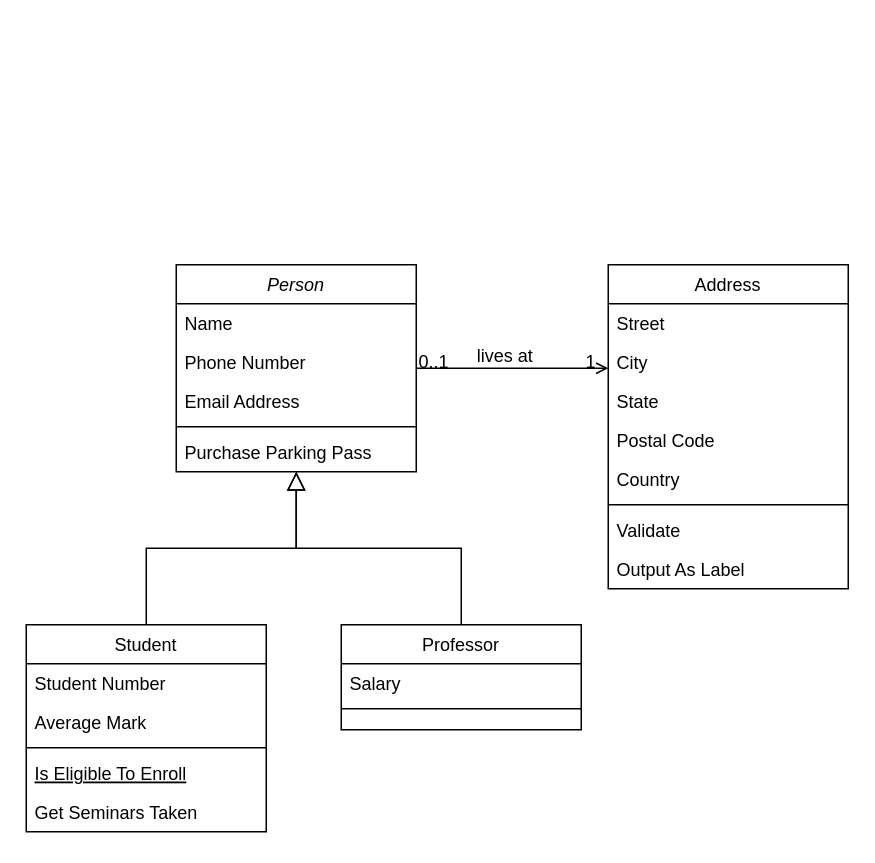
The draw.io diagram Diagrama sin título.drawio in tereresaedo/SoftwareDevelopment, before the edit. Source tidied: cells renumbered, new cells numbered last; positions are measured from the earlier drawing's top-left corner, leaving out a move shared by most shapes. Both pictures are drawn from the tidied source at 150%, with x=0, y=0 at pixel (26, 264).
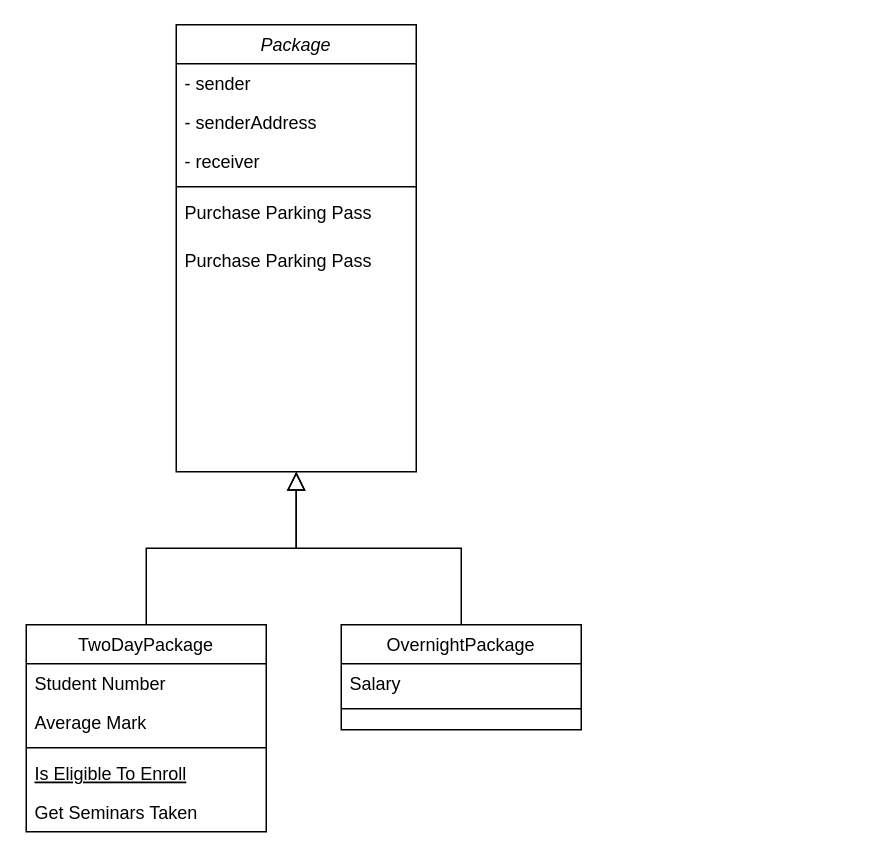
After the change.

The edit, as a diff of the source:
```diff
@@
-    <mxCell id="2" value="Person" style="swimlane;fontStyle=2;align=center;verticalAlign=top;horizontal=1;startSize=26;rounded=0;shadow=0;strokeWidth=1;" parent="1" vertex="1">
-      <mxGeometry x="100" width="160" height="138" as="geometry" />
+    <mxCell id="2" value="Package" style="swimlane;fontStyle=2;align=center;verticalAlign=top;horizontal=1;startSize=26;rounded=0;shadow=0;strokeWidth=1;labelBackgroundColor=none;" parent="1" vertex="1">
+      <mxGeometry x="100" y="-160" width="160" height="298" as="geometry" />
     </mxCell>
-    <mxCell id="3" value="Name" style="text;align=left;verticalAlign=top;spacingLeft=4;spacingRight=4;overflow=hidden;" parent="2" vertex="1">
+    <mxCell id="3" value="- sender" style="text;align=left;verticalAlign=top;spacingLeft=4;spacingRight=4;overflow=hidden;labelBackgroundColor=none;" parent="2" vertex="1">
       <mxGeometry y="26" width="160" height="26" as="geometry" />
     </mxCell>
-    <mxCell id="4" value="Phone Number" style="text;align=left;verticalAlign=top;spacingLeft=4;spacingRight=4;overflow=hidden;rounded=0;shadow=0;html=0;" parent="2" vertex="1">
+    <mxCell id="4" value="- senderAddress" style="text;align=left;verticalAlign=top;spacingLeft=4;spacingRight=4;overflow=hidden;rounded=0;shadow=0;html=0;labelBackgroundColor=none;" parent="2" vertex="1">
       <mxGeometry y="52" width="160" height="26" as="geometry" />
     </mxCell>
-    <mxCell id="5" value="Email Address" style="text;align=left;verticalAlign=top;spacingLeft=4;spacingRight=4;overflow=hidden;rounded=0;shadow=0;html=0;" parent="2" vertex="1">
+    <mxCell id="5" value="- receiver" style="text;align=left;verticalAlign=top;spacingLeft=4;spacingRight=4;overflow=hidden;rounded=0;shadow=0;html=0;labelBackgroundColor=none;" parent="2" vertex="1">
       <mxGeometry y="78" width="160" height="26" as="geometry" />
     </mxCell>
-    <mxCell id="6" style="line;html=1;strokeWidth=1;align=left;verticalAlign=middle;spacingTop=-1;spacingLeft=3;spacingRight=3;labelPosition=right;" parent="2" vertex="1">
+    <mxCell id="6" style="line;html=1;strokeWidth=1;align=left;verticalAlign=middle;spacingTop=-1;spacingLeft=3;spacingRight=3;labelPosition=right;labelBackgroundColor=none;" parent="2" vertex="1">
       <mxGeometry y="104" width="160" height="8" as="geometry" />
     </mxCell>
+    <mxCell id="32" value="Purchase Parking Pass" style="text;align=left;verticalAlign=top;spacingLeft=4;spacingRight=4;overflow=hidden;labelBackgroundColor=none;" parent="2" vertex="1">
+      <mxGeometry y="112" width="160" height="32" as="geometry" />
+    </mxCell>
-    <mxCell id="7" value="Purchase Parking Pass" style="text;align=left;verticalAlign=top;spacingLeft=4;spacingRight=4;overflow=hidden;" parent="2" vertex="1">
-      <mxGeometry y="112" width="160" height="26" as="geometry" />
+    <mxCell id="7" value="Purchase Parking Pass" style="text;align=left;verticalAlign=top;spacingLeft=4;spacingRight=4;overflow=hidden;labelBackgroundColor=none;" parent="2" vertex="1">
+      <mxGeometry y="144" width="160" height="32" as="geometry" />
     </mxCell>
-    <mxCell id="8" value="Student" style="swimlane;fontStyle=0;align=center;verticalAlign=top;horizontal=1;startSize=26;rounded=0;shadow=0;strokeWidth=1;" parent="1" vertex="1">
+    <mxCell id="8" value="TwoDayPackage" style="swimlane;fontStyle=0;align=center;verticalAlign=top;horizontal=1;startSize=26;rounded=0;shadow=0;strokeWidth=1;labelBackgroundColor=none;" parent="1" vertex="1">
       <mxGeometry y="240" width="160" height="138" as="geometry" />
     </mxCell>
-    <mxCell id="9" value="Student Number" style="text;align=left;verticalAlign=top;spacingLeft=4;spacingRight=4;overflow=hidden;" parent="8" vertex="1">
+    <mxCell id="9" value="Student Number" style="text;align=left;verticalAlign=top;spacingLeft=4;spacingRight=4;overflow=hidden;labelBackgroundColor=none;" parent="8" vertex="1">
       <mxGeometry y="26" width="160" height="26" as="geometry" />
     </mxCell>
-    <mxCell id="10" value="Average Mark" style="text;align=left;verticalAlign=top;spacingLeft=4;spacingRight=4;overflow=hidden;rounded=0;shadow=0;html=0;" parent="8" vertex="1">
+    <mxCell id="10" value="Average Mark" style="text;align=left;verticalAlign=top;spacingLeft=4;spacingRight=4;overflow=hidden;rounded=0;shadow=0;html=0;labelBackgroundColor=none;" parent="8" vertex="1">
       <mxGeometry y="52" width="160" height="26" as="geometry" />
     </mxCell>
-    <mxCell id="11" style="line;html=1;strokeWidth=1;align=left;verticalAlign=middle;spacingTop=-1;spacingLeft=3;spacingRight=3;labelPosition=right;" parent="8" vertex="1">
+    <mxCell id="11" style="line;html=1;strokeWidth=1;align=left;verticalAlign=middle;spacingTop=-1;spacingLeft=3;spacingRight=3;labelPosition=right;labelBackgroundColor=none;" parent="8" vertex="1">
       <mxGeometry y="78" width="160" height="8" as="geometry" />
     </mxCell>
-    <mxCell id="12" value="Is Eligible To Enroll" style="text;align=left;verticalAlign=top;spacingLeft=4;spacingRight=4;overflow=hidden;fontStyle=4;" parent="8" vertex="1">
+    <mxCell id="12" value="Is Eligible To Enroll" style="text;align=left;verticalAlign=top;spacingLeft=4;spacingRight=4;overflow=hidden;fontStyle=4;labelBackgroundColor=none;" parent="8" vertex="1">
       <mxGeometry y="86" width="160" height="26" as="geometry" />
     </mxCell>
-    <mxCell id="13" value="Get Seminars Taken" style="text;align=left;verticalAlign=top;spacingLeft=4;spacingRight=4;overflow=hidden;" parent="8" vertex="1">
+    <mxCell id="13" value="Get Seminars Taken" style="text;align=left;verticalAlign=top;spacingLeft=4;spacingRight=4;overflow=hidden;labelBackgroundColor=none;" parent="8" vertex="1">
       <mxGeometry y="112" width="160" height="26" as="geometry" />
     </mxCell>
-    <mxCell id="14" style="endArrow=block;endSize=10;endFill=0;shadow=0;strokeWidth=1;rounded=0;curved=0;edgeStyle=elbowEdgeStyle;elbow=vertical;" parent="1" edge="1" source="8" target="2">
+    <mxCell id="14" style="endArrow=block;endSize=10;endFill=0;shadow=0;strokeWidth=1;rounded=0;curved=0;edgeStyle=elbowEdgeStyle;elbow=vertical;labelBackgroundColor=none;fontColor=default;" parent="1" edge="1" source="8" target="2">
       <mxGeometry relative="1" as="geometry" />
     </mxCell>
-    <mxCell id="15" value="Professor" style="swimlane;fontStyle=0;align=center;verticalAlign=top;horizontal=1;startSize=26;rounded=0;shadow=0;strokeWidth=1;" parent="1" vertex="1">
+    <mxCell id="15" value="OvernightPackage" style="swimlane;fontStyle=0;align=center;verticalAlign=top;horizontal=1;startSize=26;rounded=0;shadow=0;strokeWidth=1;labelBackgroundColor=none;" parent="1" vertex="1">
       <mxGeometry x="210" y="240" width="160" height="70" as="geometry" />
     </mxCell>
-    <mxCell id="16" value="Salary" style="text;align=left;verticalAlign=top;spacingLeft=4;spacingRight=4;overflow=hidden;" parent="15" vertex="1">
+    <mxCell id="16" value="Salary" style="text;align=left;verticalAlign=top;spacingLeft=4;spacingRight=4;overflow=hidden;labelBackgroundColor=none;" parent="15" vertex="1">
       <mxGeometry y="26" width="160" height="26" as="geometry" />
     </mxCell>
-    <mxCell id="17" style="line;html=1;strokeWidth=1;align=left;verticalAlign=middle;spacingTop=-1;spacingLeft=3;spacingRight=3;labelPosition=right;" parent="15" vertex="1">
+    <mxCell id="17" style="line;html=1;strokeWidth=1;align=left;verticalAlign=middle;spacingTop=-1;spacingLeft=3;spacingRight=3;labelPosition=right;labelBackgroundColor=none;" parent="15" vertex="1">
       <mxGeometry y="52" width="160" height="8" as="geometry" />
     </mxCell>
-    <mxCell id="18" style="endArrow=block;endSize=10;endFill=0;shadow=0;strokeWidth=1;rounded=0;curved=0;edgeStyle=elbowEdgeStyle;elbow=vertical;" parent="1" edge="1" source="15" target="2">
+    <mxCell id="18" style="endArrow=block;endSize=10;endFill=0;shadow=0;strokeWidth=1;rounded=0;curved=0;edgeStyle=elbowEdgeStyle;elbow=vertical;labelBackgroundColor=none;fontColor=default;" parent="1" edge="1" source="15" target="2">
       <mxGeometry relative="1" as="geometry" />
     </mxCell>
-    <mxCell id="19" value="Address" style="swimlane;fontStyle=0;align=center;verticalAlign=top;horizontal=1;startSize=26;rounded=0;shadow=0;strokeWidth=1;" parent="1" vertex="1">
-      <mxGeometry x="388" width="160" height="216" as="geometry" />
-    </mxCell>
-    <mxCell id="20" value="Street" style="text;align=left;verticalAlign=top;spacingLeft=4;spacingRight=4;overflow=hidden;" parent="19" vertex="1">
-      <mxGeometry y="26" width="160" height="26" as="geometry" />
-    </mxCell>
-    <mxCell id="21" value="City" style="text;align=left;verticalAlign=top;spacingLeft=4;spacingRight=4;overflow=hidden;rounded=0;shadow=0;html=0;" parent="19" vertex="1">
-      <mxGeometry y="52" width="160" height="26" as="geometry" />
-    </mxCell>
-    <mxCell id="22" value="State" style="text;align=left;verticalAlign=top;spacingLeft=4;spacingRight=4;overflow=hidden;rounded=0;shadow=0;html=0;" parent="19" vertex="1">
-      <mxGeometry y="78" width="160" height="26" as="geometry" />
-    </mxCell>
-    <mxCell id="23" value="Postal Code" style="text;align=left;verticalAlign=top;spacingLeft=4;spacingRight=4;overflow=hidden;rounded=0;shadow=0;html=0;" parent="19" vertex="1">
-      <mxGeometry y="104" width="160" height="26" as="geometry" />
-    </mxCell>
-    <mxCell id="24" value="Country" style="text;align=left;verticalAlign=top;spacingLeft=4;spacingRight=4;overflow=hidden;rounded=0;shadow=0;html=0;" parent="19" vertex="1">
-      <mxGeometry y="130" width="160" height="26" as="geometry" />
-    </mxCell>
-    <mxCell id="25" style="line;html=1;strokeWidth=1;align=left;verticalAlign=middle;spacingTop=-1;spacingLeft=3;spacingRight=3;labelPosition=right;" parent="19" vertex="1">
-      <mxGeometry y="156" width="160" height="8" as="geometry" />
-    </mxCell>
-    <mxCell id="26" value="Validate" style="text;align=left;verticalAlign=top;spacingLeft=4;spacingRight=4;overflow=hidden;" parent="19" vertex="1">
-      <mxGeometry y="164" width="160" height="26" as="geometry" />
-    </mxCell>
-    <mxCell id="27" value="Output As Label" style="text;align=left;verticalAlign=top;spacingLeft=4;spacingRight=4;overflow=hidden;" parent="19" vertex="1">
-      <mxGeometry y="190" width="160" height="26" as="geometry" />
-    </mxCell>
-    <mxCell id="28" style="endArrow=open;shadow=0;strokeWidth=1;rounded=0;curved=0;endFill=1;edgeStyle=elbowEdgeStyle;elbow=vertical;" parent="1" edge="1" source="2" target="19">
-      <mxGeometry x="0.5" y="41" relative="1" as="geometry">
-        <mxPoint x="-40" y="32" as="offset" />
-      </mxGeometry>
-    </mxCell>
-    <mxCell id="29" value="0..1" style="align=left;verticalAlign=bottom;labelBackgroundColor=none;fontSize=12;" parent="28" vertex="1">
-      <mxGeometry x="-1" relative="1" as="geometry">
-        <mxPoint y="4" as="offset" />
-      </mxGeometry>
-    </mxCell>
-    <mxCell id="30" value="1" style="align=right;verticalAlign=bottom;labelBackgroundColor=none;fontSize=12;" parent="28" vertex="1">
-      <mxGeometry x="1" relative="1" as="geometry">
-        <mxPoint x="-7" y="4" as="offset" />
-      </mxGeometry>
-    </mxCell>
-    <mxCell id="31" value="lives at" style="text;html=1;align=center;verticalAlign=middle;labelBackgroundColor=none;rounded=0;shadow=0;strokeWidth=1;fontSize=12;" parent="28" vertex="1">
-      <mxGeometry x="0.5" y="49" relative="1" as="geometry">
-        <mxPoint x="-38" y="40" as="offset" />
-      </mxGeometry>
-    </mxCell>
```
